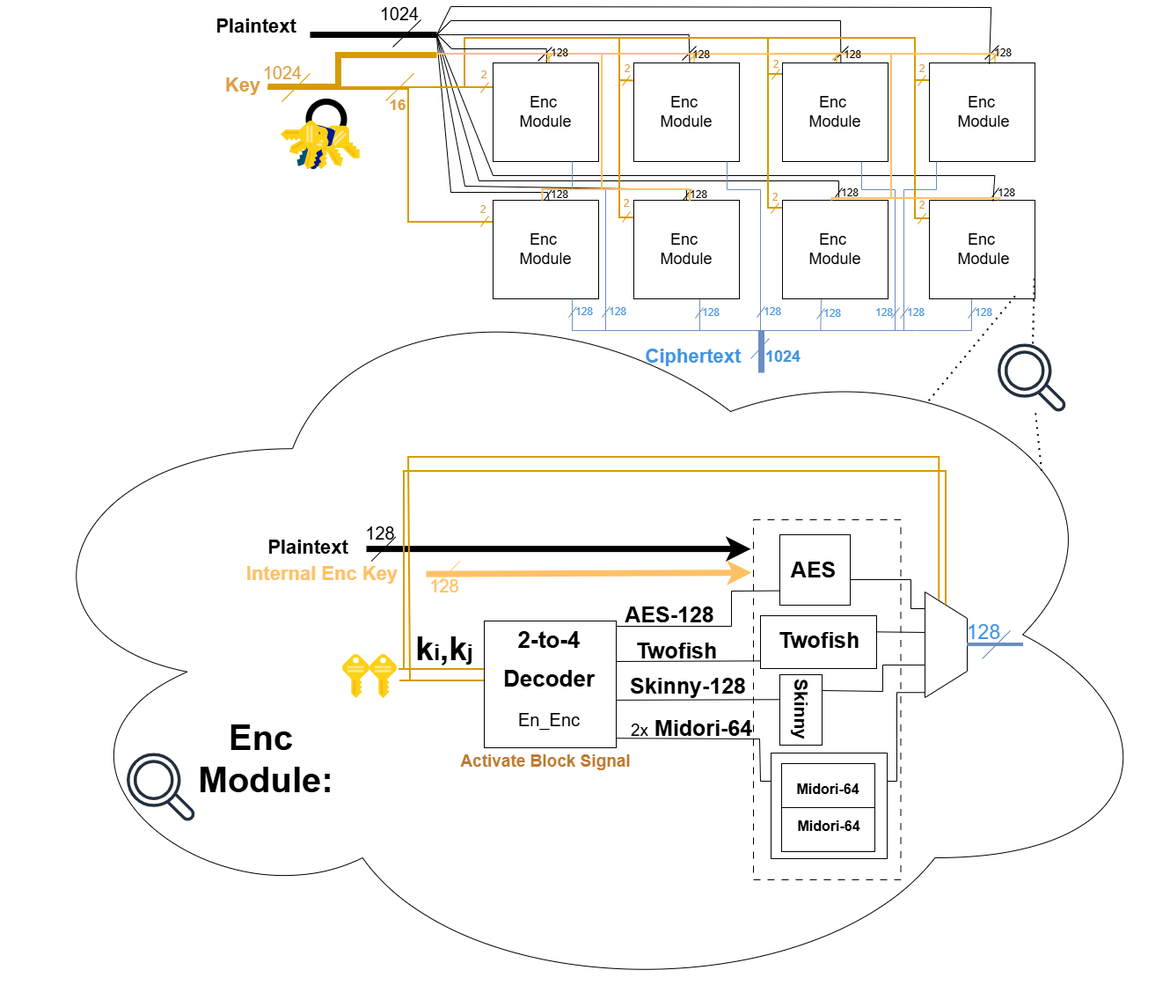
sleek33geek/ctfcircuithwsecweb keeps this draw.io diagram as images/schematic_block_diagram.drawio.png. Above is the earlier version. Source tidied: cells renumbered, new cells last; positions are measured from the earlier drawing's top-left corner, leaving out a move shared by most shapes.
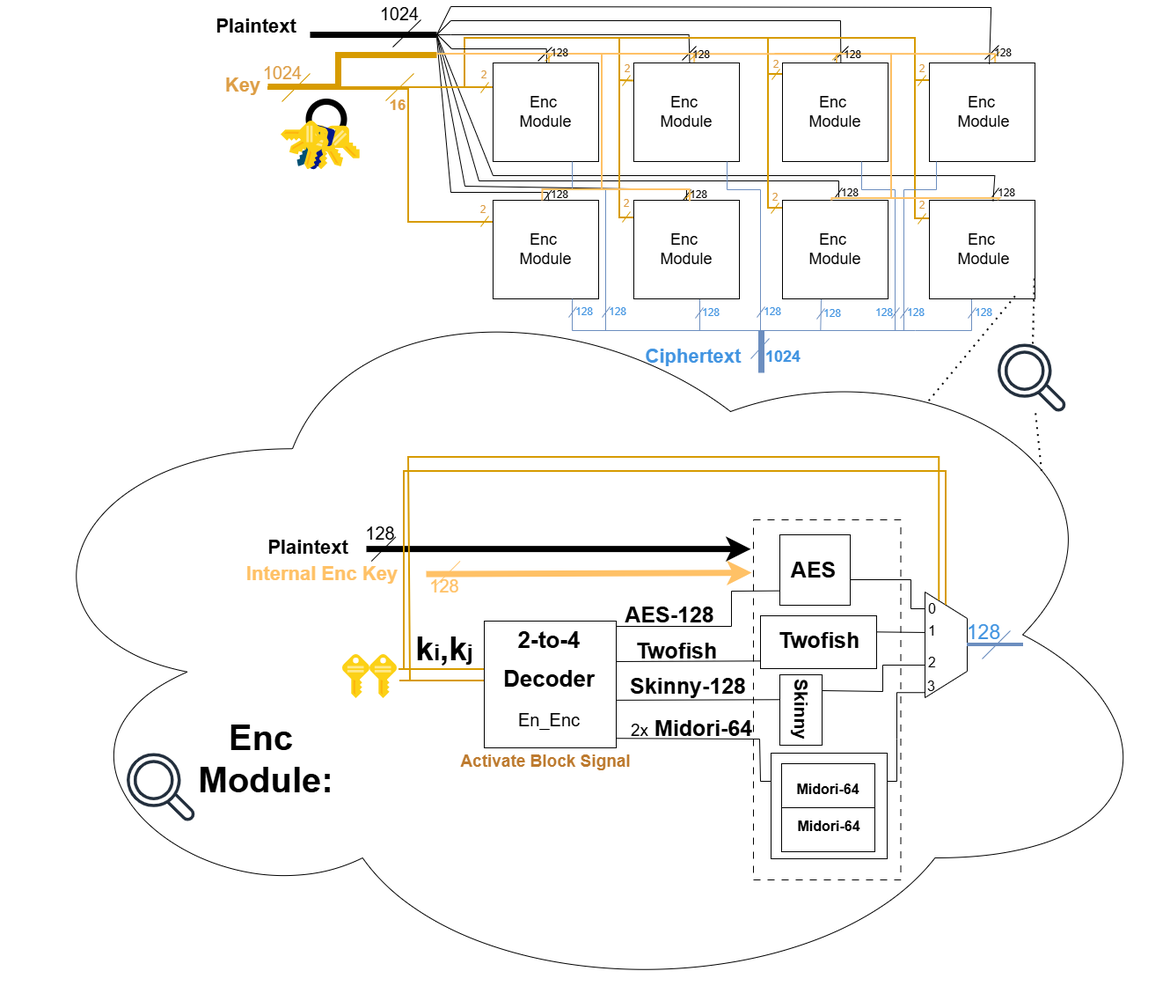
The same diagram one commit later.

Change to the diagram source:
```diff
@@ -908,5 +908,17 @@
     <mxCell id="178" style="sketch=0;fontColor=#232F3E;gradientColor=none;fillColor=#232F3D;strokeColor=none;dashed=0;verticalLabelPosition=bottom;verticalAlign=top;align=center;html=1;fontSize=12;fontStyle=0;shape=mxgraph.aws4.magnifying_glass_2;" parent="1" vertex="1">
       <mxGeometry x="144" y="855" width="78" height="78" as="geometry" />
     </mxCell>
+    <mxCell id="179" value="&lt;span style=&quot;font-weight: 400;&quot;&gt;&lt;font style=&quot;font-size: 16px;&quot;&gt;0&lt;/font&gt;&lt;/span&gt;" style="text;html=1;whiteSpace=wrap;strokeColor=none;fillColor=none;align=center;verticalAlign=middle;rounded=0;fontSize=37;fontStyle=1;" parent="1" vertex="1">
+      <mxGeometry x="1037" y="670" width="45" height="30" as="geometry" />
+    </mxCell>
+    <mxCell id="180" value="&lt;span style=&quot;font-weight: 400;&quot;&gt;&lt;font style=&quot;font-size: 16px;&quot;&gt;1&lt;/font&gt;&lt;/span&gt;" style="text;html=1;whiteSpace=wrap;strokeColor=none;fillColor=none;align=center;verticalAlign=middle;rounded=0;fontSize=37;fontStyle=1;" parent="1" vertex="1">
+      <mxGeometry x="1037" y="695" width="45" height="30" as="geometry" />
+    </mxCell>
+    <mxCell id="181" value="&lt;span style=&quot;font-weight: 400;&quot;&gt;&lt;font style=&quot;font-size: 16px;&quot;&gt;2&lt;/font&gt;&lt;/span&gt;" style="text;html=1;whiteSpace=wrap;strokeColor=none;fillColor=none;align=center;verticalAlign=middle;rounded=0;fontSize=37;fontStyle=1;" parent="1" vertex="1">
+      <mxGeometry x="1037" y="731" width="45" height="30" as="geometry" />
+    </mxCell>
+    <mxCell id="182" value="&lt;span style=&quot;font-weight: 400;&quot;&gt;&lt;font style=&quot;font-size: 16px;&quot;&gt;3&lt;/font&gt;&lt;/span&gt;" style="text;html=1;whiteSpace=wrap;strokeColor=none;fillColor=none;align=center;verticalAlign=middle;rounded=0;fontSize=37;fontStyle=1;" parent="1" vertex="1">
+      <mxGeometry x="1036" y="758" width="45" height="30" as="geometry" />
+    </mxCell>
   </root>
 </mxGraphModel>
```
